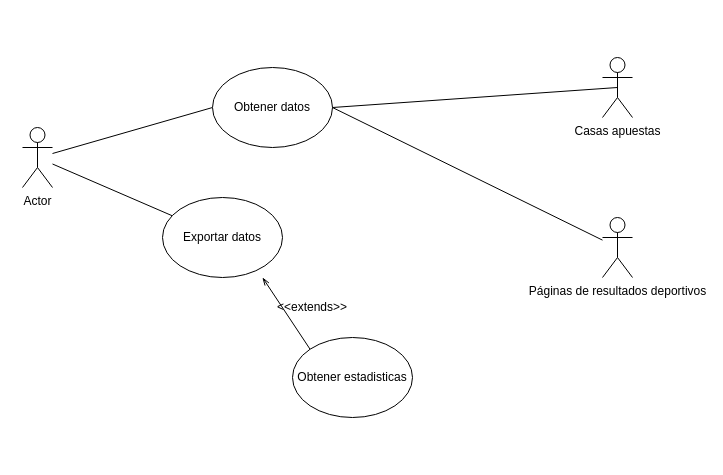
The draw.io diagram Casos_de_uso.drawio in JCAMRO5/Datos_deportivos, before the edit. Source tidied: cells renumbered, new cells numbered last; positions are measured from the earlier drawing's top-left corner, leaving out a move shared by most shapes. Both pictures are drawn from the tidied source at 100%, with x=0, y=0 at pixel (22, 57).
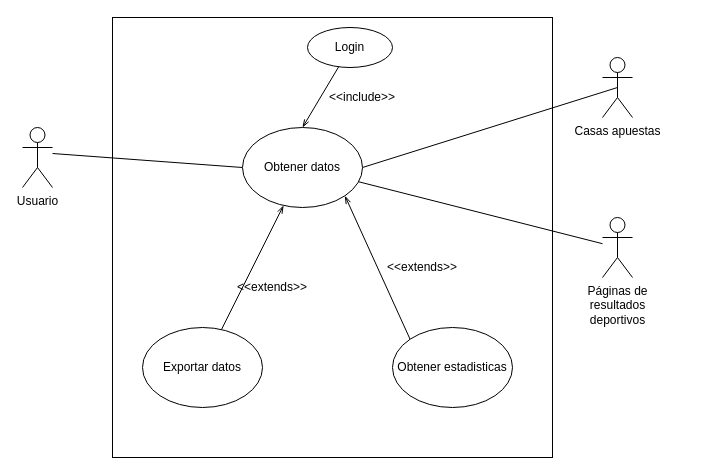
The same diagram, later.

Change to the diagram source:
```diff
@@
 <mxGraphModel>
   <root>
     <mxCell id="0" />
     <mxCell id="1" parent="0" />
+    <mxCell id="14" style="whiteSpace=wrap;html=1;fillColor=none;" parent="1" vertex="1">
+      <mxGeometry x="90" y="-40" width="440" height="440" as="geometry" />
+    </mxCell>
     <mxCell id="2" style="edgeStyle=none;rounded=0;jettySize=auto;html=1;entryX=0;entryY=0.5;entryDx=0;entryDy=0;endArrow=none;endFill=0;" parent="1" edge="1" target="6">
       <mxGeometry relative="1" as="geometry">
         <mxPoint x="30" y="96" as="sourcePoint" />
       </mxGeometry>
     </mxCell>
-    <mxCell id="3" style="edgeStyle=none;rounded=0;jettySize=auto;html=1;endArrow=none;endFill=0;" parent="1" edge="1" source="4" target="10">
+    <mxCell id="3" style="edgeStyle=none;rounded=0;jettySize=auto;html=1;endArrow=none;endFill=0;startArrow=openThin;startFill=0;" parent="1" edge="1" source="6" target="10">
       <mxGeometry relative="1" as="geometry" />
     </mxCell>
-    <mxCell id="4" value="Actor" style="shape=umlActor;verticalLabelPosition=bottom;labelBackgroundColor=#ffffff;verticalAlign=top;html=1;outlineConnect=0;" parent="1" vertex="1">
+    <mxCell id="4" value="Usuario" style="shape=umlActor;verticalLabelPosition=bottom;labelBackgroundColor=#ffffff;verticalAlign=top;html=1;outlineConnect=0;" parent="1" vertex="1">
       <mxGeometry y="70" width="30" height="60" as="geometry" />
     </mxCell>
     <mxCell id="5" style="edgeStyle=none;rounded=0;jettySize=auto;html=1;exitX=1;exitY=0.5;exitDx=0;exitDy=0;entryX=0.5;entryY=0.5;entryDx=0;entryDy=0;entryPerimeter=0;endArrow=none;endFill=0;" parent="1" edge="1" source="6" target="7">
       <mxGeometry relative="1" as="geometry" />
     </mxCell>
     <mxCell id="6" value="Obtener datos" style="ellipse;whiteSpace=wrap;html=1;" parent="1" vertex="1">
-      <mxGeometry x="190" y="10" width="120" height="80" as="geometry" />
+      <mxGeometry x="220" y="70" width="120" height="80" as="geometry" />
     </mxCell>
     <mxCell id="7" value="Casas apuestas" style="shape=umlActor;verticalLabelPosition=bottom;labelBackgroundColor=#ffffff;verticalAlign=top;html=1;outlineConnect=0;" parent="1" vertex="1">
       <mxGeometry x="580" width="30" height="60" as="geometry" />
     </mxCell>
-    <mxCell id="8" style="edgeStyle=none;rounded=0;jettySize=auto;html=1;endArrow=none;endFill=0;" parent="1" edge="1" source="9">
-      <mxGeometry relative="1" as="geometry">
-        <mxPoint x="310" y="50" as="targetPoint" />
-      </mxGeometry>
+    <mxCell id="8" style="edgeStyle=none;rounded=0;jettySize=auto;html=1;endArrow=none;endFill=0;" parent="1" edge="1" source="9" target="6">
+      <mxGeometry relative="1" as="geometry" />
     </mxCell>
-    <mxCell id="9" value="Páginas de resultados deportivos" style="shape=umlActor;verticalLabelPosition=bottom;labelBackgroundColor=#ffffff;verticalAlign=top;html=1;outlineConnect=0;" parent="1" vertex="1">
+    <mxCell id="9" value="&lt;div&gt;Páginas de &lt;br&gt;&lt;/div&gt;&lt;div&gt;resultados &lt;br&gt;&lt;/div&gt;&lt;div&gt;deportivos&lt;/div&gt;" style="shape=umlActor;verticalLabelPosition=bottom;labelBackgroundColor=#ffffff;verticalAlign=top;html=1;outlineConnect=0;" parent="1" vertex="1">
       <mxGeometry x="580" y="160" width="30" height="60" as="geometry" />
     </mxCell>
     <mxCell id="10" value="Exportar datos" style="ellipse;whiteSpace=wrap;html=1;" parent="1" vertex="1">
-      <mxGeometry x="140" y="140" width="120" height="80" as="geometry" />
+      <mxGeometry x="120" y="270" width="120" height="80" as="geometry" />
     </mxCell>
-    <mxCell id="11" style="rounded=0;jettySize=auto;html=1;exitX=0;exitY=0;exitDx=0;exitDy=0;endArrow=openThin;endFill=0;" parent="1" edge="1" source="12">
-      <mxGeometry relative="1" as="geometry">
-        <mxPoint x="240" y="220" as="targetPoint" />
-      </mxGeometry>
+    <mxCell id="11" style="rounded=0;jettySize=auto;html=1;exitX=0;exitY=0;exitDx=0;exitDy=0;endArrow=openThin;endFill=0;entryX=1;entryY=1;entryDx=0;entryDy=0;" parent="1" edge="1" source="12" target="6">
+      <mxGeometry relative="1" as="geometry" />
     </mxCell>
     <mxCell id="12" value="Obtener estadisticas" style="ellipse;whiteSpace=wrap;html=1;" parent="1" vertex="1">
-      <mxGeometry x="270" y="280" width="120" height="80" as="geometry" />
+      <mxGeometry x="370" y="270" width="120" height="80" as="geometry" />
     </mxCell>
     <mxCell id="13" value="&amp;lt;&amp;lt;extends&amp;gt;&amp;gt;" style="text;html=1;strokeColor=none;fillColor=none;align=center;verticalAlign=middle;whiteSpace=wrap;rounded=0;" parent="1" vertex="1">
-      <mxGeometry x="270" y="240" width="40" height="20" as="geometry" />
+      <mxGeometry x="380" y="200" width="40" height="20" as="geometry" />
     </mxCell>
+    <mxCell id="15" value="&amp;lt;&amp;lt;extends&amp;gt;&amp;gt;" style="text;html=1;strokeColor=none;fillColor=none;align=center;verticalAlign=middle;whiteSpace=wrap;rounded=0;" parent="1" vertex="1">
+      <mxGeometry x="230" y="220" width="40" height="20" as="geometry" />
+    </mxCell>
+    <mxCell id="16" style="rounded=0;jettySize=auto;html=1;entryX=0.5;entryY=0;entryDx=0;entryDy=0;startArrow=none;startFill=0;endArrow=openThin;endFill=0;" parent="1" edge="1" source="17" target="6">
+      <mxGeometry relative="1" as="geometry" />
+    </mxCell>
+    <mxCell id="17" value="Login" style="ellipse;whiteSpace=wrap;html=1;fillColor=none;" parent="1" vertex="1">
+      <mxGeometry x="285" y="-30" width="85" height="40" as="geometry" />
+    </mxCell>
+    <mxCell id="18" value="&amp;lt;&amp;lt;include&amp;gt;&amp;gt;" style="text;html=1;strokeColor=none;fillColor=none;align=center;verticalAlign=middle;whiteSpace=wrap;rounded=0;" parent="1" vertex="1">
+      <mxGeometry x="320" y="30" width="40" height="20" as="geometry" />
+    </mxCell>
   </root>
 </mxGraphModel>
```
